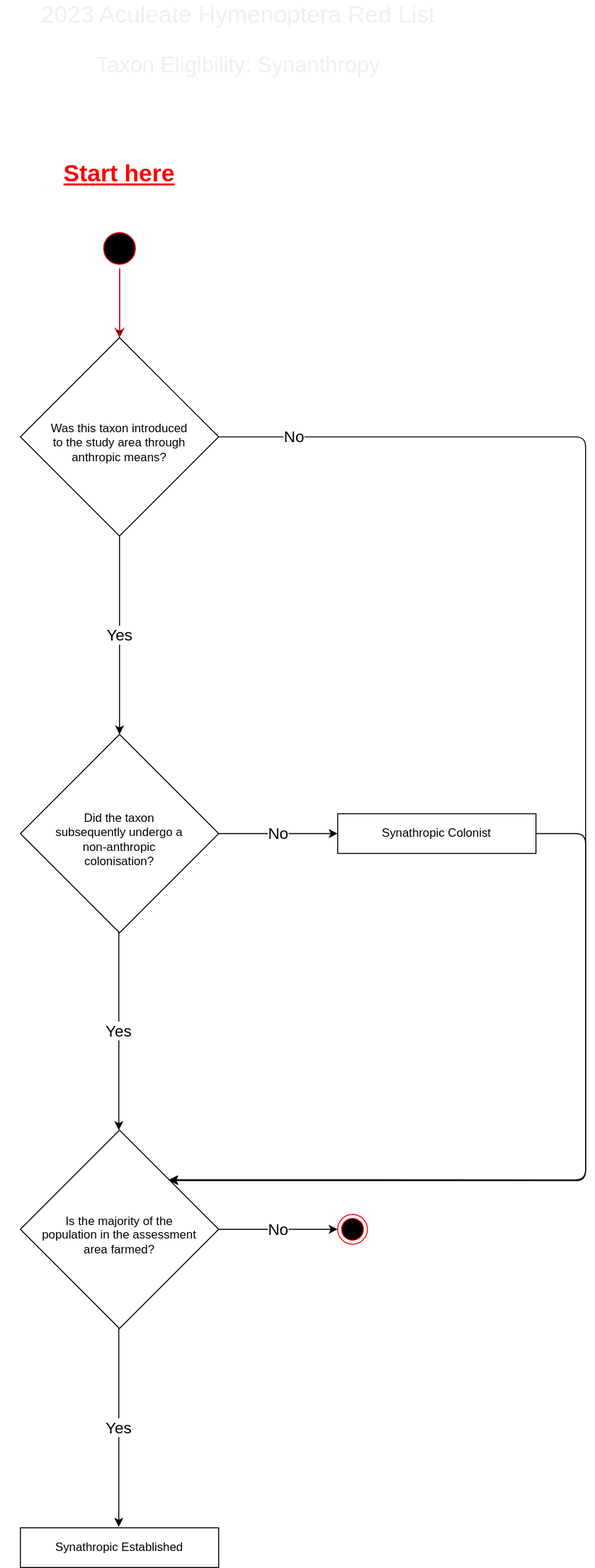
Edwards-R/redlist_docs keeps this draw.io diagram as diagrams/eligibility_synathropy.drawio.svg. Above is the earlier version. Source tidied: cells renumbered, new cells last; positions are measured from the earlier drawing's top-left corner, leaving out a move shared by most shapes.
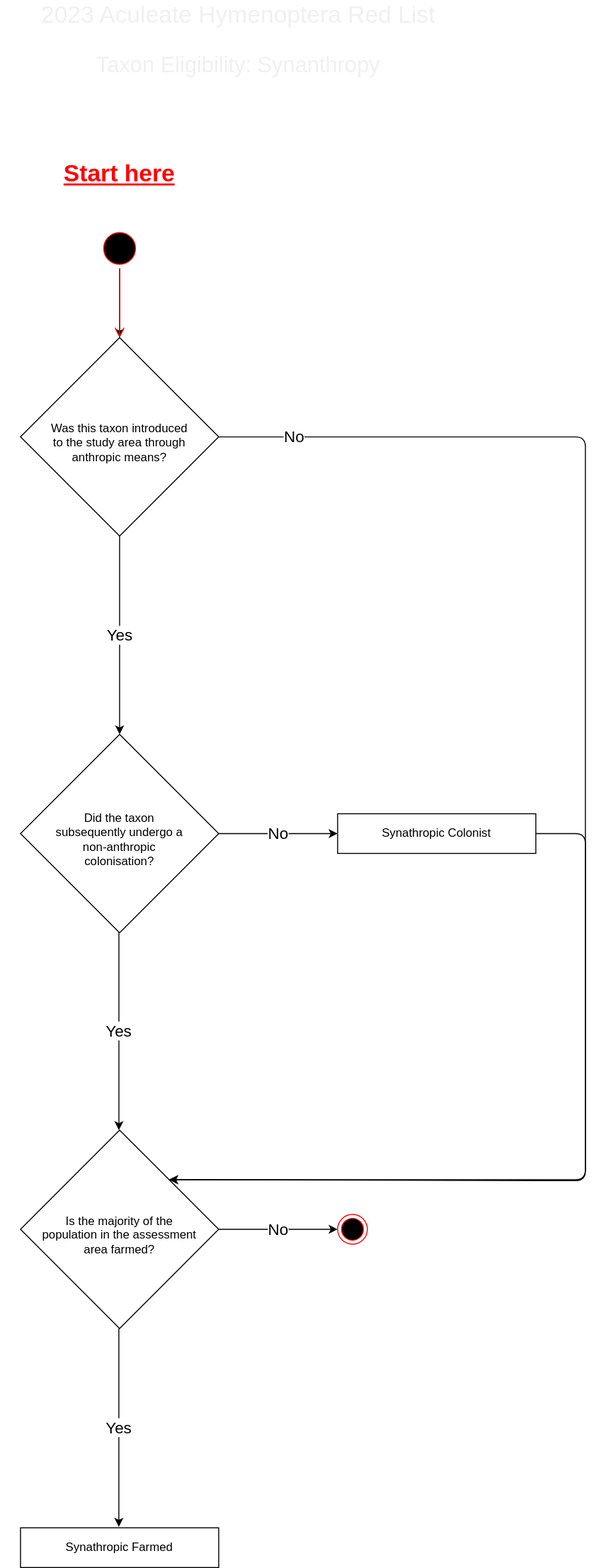
The same file after the commit.

Diff of the diagram source:
```diff
@@ -69,7 +69,7 @@
     <mxCell id="17" value="Is the majority of the&lt;br&gt;population in the assessment&lt;br&gt;area farmed?" style="rhombus;spacing=6;spacingTop=11;spacingBottom=0;whiteSpace=wrap;html=1;labelBorderColor=none;" parent="1" vertex="1">
       <mxGeometry x="20" y="1139" width="200" height="200" as="geometry" />
     </mxCell>
-    <mxCell id="18" value="Synathropic Established" style="rounded=0;whiteSpace=wrap;html=1;labelBorderColor=none;fontSize=12;" parent="1" vertex="1">
+    <mxCell id="18" value="Synathropic Farmed" style="rounded=0;whiteSpace=wrap;html=1;labelBorderColor=none;fontSize=12;" parent="1" vertex="1">
       <mxGeometry x="20" y="1540" width="200" height="40" as="geometry" />
     </mxCell>
     <mxCell id="19" value="&lt;font style=&quot;font-size: 16px;&quot;&gt;No&lt;/font&gt;" style="edgeStyle=none;html=1;entryX=0;entryY=0.5;entryDx=0;entryDy=0;fontSize=16;" parent="1" edge="1">
```
